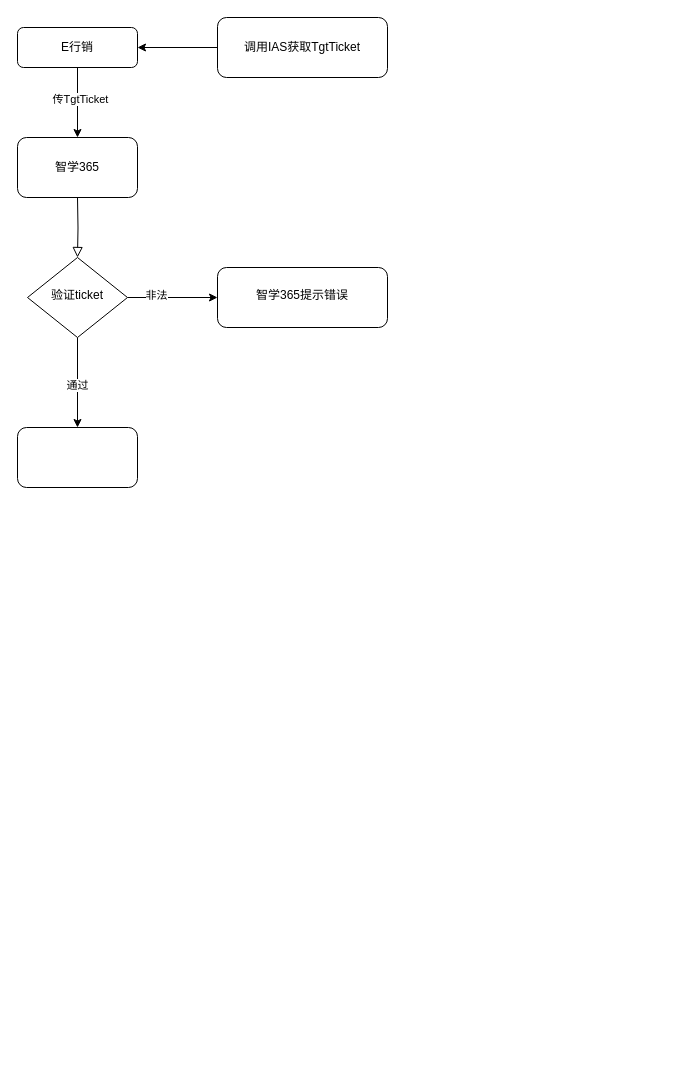
Before: e行销调用365流程.drawio in rainerpiao/cloud-computing, a draw.io diagram. Source tidied: cells renumbered, new cells numbered last; positions are measured from the earlier drawing's top-left corner, leaving out a move shared by most shapes. Both pictures are drawn from the tidied source at 100%, with x=0, y=0 at pixel (17, 17).
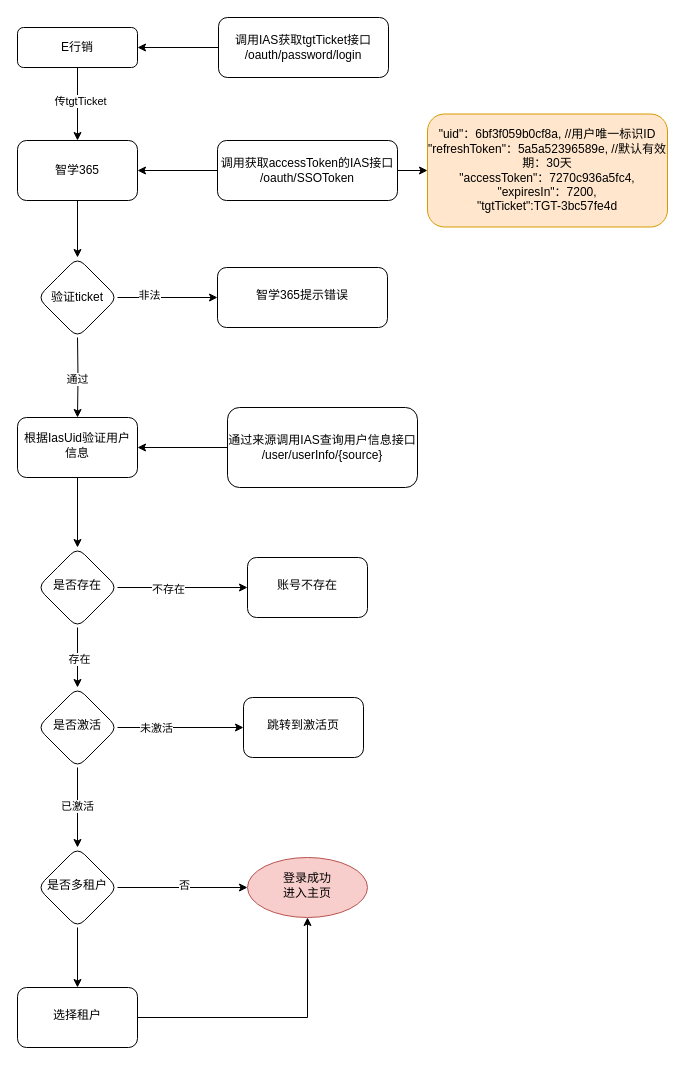
After the change.

Commit message:
更新e行销调用365流程.drawio

Unchanged cells that the change refers to:
```xml
<mxCell id="2" style="edgeStyle=orthogonalEdgeStyle;rounded=0;jettySize=auto;html=1;" parent="1" edge="1" source="4" target="13">
  <mxGeometry relative="1" as="geometry" />
</mxCell>
<mxCell id="14" value="智学365提示错误" style="rounded=1;whiteSpace=wrap;html=1;shadow=0;strokeWidth=1;spacing=6;spacingTop=-4;" parent="1" vertex="1">
  <mxGeometry x="200" y="250" width="170" height="60" as="geometry" />
</mxCell>
```

What changed in the source:
```diff
@@
-    <mxCell id="3" value="传TgtTicket" style="edgeLabel;html=1;align=center;verticalAlign=middle;" parent="2" vertex="1">
+    <mxCell id="3" value="传tgtTicket" style="edgeLabel;html=1;align=center;verticalAlign=middle;" parent="2" vertex="1">
       <mxGeometry x="-0.13" y="2" relative="1" as="geometry">
         <mxPoint y="1" as="offset" />
       </mxGeometry>
     </mxCell>
@@
-    <mxCell id="5" style="rounded=0;html=1;jettySize=auto;fontSize=11;endArrow=block;endFill=0;endSize=8;strokeWidth=1;shadow=0;labelBackgroundColor=none;edgeStyle=orthogonalEdgeStyle;" parent="1" edge="1" target="10">
-      <mxGeometry y="20" relative="1" as="geometry">
-        <mxPoint x="60" y="180" as="sourcePoint" />
-      </mxGeometry>
-    </mxCell>
-    <mxCell id="6" style="edgeStyle=orthogonalEdgeStyle;rounded=0;jettySize=auto;html=1;" parent="1" edge="1" source="10" target="14">
+    <mxCell id="6" style="edgeStyle=orthogonalEdgeStyle;rounded=0;jettySize=auto;html=1;exitX=1;exitY=0.5;exitDx=0;exitDy=0;" parent="1" edge="1" source="10" target="14">
       <mxGeometry relative="1" as="geometry" />
     </mxCell>
@@
-    <mxCell id="8" style="edgeStyle=orthogonalEdgeStyle;rounded=0;jettySize=auto;html=1;" parent="1" edge="1" source="10" target="15">
-      <mxGeometry relative="1" as="geometry" />
+    <mxCell id="8" style="edgeStyle=orthogonalEdgeStyle;rounded=0;jettySize=auto;html=1;" parent="1" edge="1" target="15">
+      <mxGeometry relative="1" as="geometry">
+        <mxPoint x="60" y="320" as="sourcePoint" />
+      </mxGeometry>
     </mxCell>
@@
-    <mxCell id="10" value="验证ticket" style="rhombus;whiteSpace=wrap;html=1;shadow=0;fontFamily=Helvetica;fontSize=12;align=center;strokeWidth=1;spacing=6;spacingTop=-4;" parent="1" vertex="1">
-      <mxGeometry x="10" y="240" width="100" height="80" as="geometry" />
-    </mxCell>
@@
-    <mxCell id="12" value="调用IAS获取TgtTicket" style="whiteSpace=wrap;html=1;rounded=1;glass=0;strokeWidth=1;shadow=0;" parent="1" vertex="1">
-      <mxGeometry x="200" width="170" height="60" as="geometry" />
+    <mxCell id="12" value="调用IAS获取tgtTicket接口&lt;br&gt;/oauth/password/login" style="whiteSpace=wrap;html=1;rounded=1;glass=0;strokeWidth=1;shadow=0;" parent="1" vertex="1">
+      <mxGeometry x="201" width="170" height="60" as="geometry" />
     </mxCell>
+    <mxCell id="16" style="edgeStyle=orthogonalEdgeStyle;rounded=0;jettySize=auto;html=1;" parent="1" edge="1" source="13" target="10">
+      <mxGeometry relative="1" as="geometry" />
+    </mxCell>
     <mxCell id="13" value="智学365" style="whiteSpace=wrap;html=1;rounded=1;glass=0;strokeWidth=1;shadow=0;" parent="1" vertex="1">
-      <mxGeometry y="120" width="120" height="60" as="geometry" />
+      <mxGeometry y="123" width="120" height="60" as="geometry" />
     </mxCell>
@@
+    <mxCell id="17" style="edgeStyle=orthogonalEdgeStyle;rounded=0;jettySize=auto;html=1;" parent="1" edge="1" source="15" target="28">
+      <mxGeometry relative="1" as="geometry" />
+    </mxCell>
-    <mxCell id="15" style="rounded=1;whiteSpace=wrap;html=1;shadow=0;strokeWidth=1;spacing=6;spacingTop=-4;" parent="1" vertex="1">
-      <mxGeometry y="410" width="120" height="60" as="geometry" />
+    <mxCell id="15" value="根据IasUid验证用户信息" style="rounded=1;whiteSpace=wrap;html=1;shadow=0;strokeWidth=1;spacing=6;spacingTop=-4;" parent="1" vertex="1">
+      <mxGeometry y="400" width="120" height="60" as="geometry" />
     </mxCell>
+    <mxCell id="18" style="edgeStyle=orthogonalEdgeStyle;rounded=0;jettySize=auto;html=1;" parent="1" edge="1" source="20" target="21">
+      <mxGeometry relative="1" as="geometry" />
+    </mxCell>
+    <mxCell id="19" style="edgeStyle=orthogonalEdgeStyle;rounded=0;jettySize=auto;html=1;" parent="1" edge="1" source="20" target="13">
+      <mxGeometry relative="1" as="geometry" />
+    </mxCell>
+    <mxCell id="20" value="调用获取accessToken的IAS接口&lt;br&gt;/oauth/SSOToken" style="whiteSpace=wrap;html=1;rounded=1;glass=0;strokeWidth=1;shadow=0;" parent="1" vertex="1">
+      <mxGeometry x="200" y="123" width="180" height="60" as="geometry" />
+    </mxCell>
+    <mxCell id="21" value="&lt;div&gt;&quot;uid&quot;：6bf3f059b0cf8a, //用户唯一标识ID&lt;/div&gt;&lt;div&gt;&quot;refreshToken&quot;：5a5a52396589e, //默认有效期：30天&lt;/div&gt;&lt;div&gt;&quot;accessToken&quot;：7270c936a5fc4,&lt;/div&gt;&lt;div&gt;&quot;expiresIn&quot;：7200,&lt;/div&gt;&lt;div&gt;&quot;tgtTicket&quot;:TGT-3bc57fe4d&lt;/div&gt;" style="whiteSpace=wrap;html=1;rounded=1;glass=0;strokeWidth=1;shadow=0;fillColor=#ffe6cc;strokeColor=#d79b00;" parent="1" vertex="1">
+      <mxGeometry x="410" y="96.5" width="240" height="113" as="geometry" />
+    </mxCell>
+    <mxCell id="22" style="edgeStyle=orthogonalEdgeStyle;rounded=0;jettySize=auto;html=1;" parent="1" edge="1" source="23" target="15">
+      <mxGeometry relative="1" as="geometry" />
+    </mxCell>
+    <mxCell id="23" value="通过来源调用IAS查询用户信息接口&lt;br&gt;/user/userInfo/{source}" style="rounded=1;whiteSpace=wrap;html=1;" parent="1" vertex="1">
+      <mxGeometry x="210" y="390" width="190" height="80" as="geometry" />
+    </mxCell>
+    <mxCell id="24" style="edgeStyle=orthogonalEdgeStyle;rounded=0;jettySize=auto;html=1;" parent="1" edge="1" source="28" target="29">
+      <mxGeometry relative="1" as="geometry" />
+    </mxCell>
+    <mxCell id="25" value="不存在" style="edgeLabel;html=1;align=center;verticalAlign=middle;" parent="24" vertex="1">
+      <mxGeometry x="-0.23" relative="1" as="geometry">
+        <mxPoint y="1" as="offset" />
+      </mxGeometry>
+    </mxCell>
+    <mxCell id="26" style="edgeStyle=orthogonalEdgeStyle;rounded=0;jettySize=auto;html=1;" parent="1" edge="1" source="28" target="34">
+      <mxGeometry relative="1" as="geometry" />
+    </mxCell>
+    <mxCell id="27" value="存在" style="edgeLabel;html=1;align=center;verticalAlign=middle;" parent="26" vertex="1">
+      <mxGeometry x="0.02" y="1" relative="1" as="geometry" />
+    </mxCell>
+    <mxCell id="28" value="是否存在" style="rhombus;whiteSpace=wrap;html=1;rounded=1;shadow=0;strokeWidth=1;spacing=6;spacingTop=-4;" parent="1" vertex="1">
+      <mxGeometry x="20" y="530" width="80" height="80" as="geometry" />
+    </mxCell>
+    <mxCell id="29" value="账号不存在" style="whiteSpace=wrap;html=1;rounded=1;shadow=0;strokeWidth=1;spacing=6;spacingTop=-4;" parent="1" vertex="1">
+      <mxGeometry x="230" y="540" width="120" height="60" as="geometry" />
+    </mxCell>
+    <mxCell id="30" style="edgeStyle=orthogonalEdgeStyle;rounded=0;jettySize=auto;html=1;" parent="1" edge="1" source="34" target="35">
+      <mxGeometry relative="1" as="geometry" />
+    </mxCell>
+    <mxCell id="31" value="未激活" style="edgeLabel;html=1;align=center;verticalAlign=middle;" parent="30" vertex="1">
+      <mxGeometry x="-0.4" y="1" relative="1" as="geometry">
+        <mxPoint y="1" as="offset" />
+      </mxGeometry>
+    </mxCell>
+    <mxCell id="32" style="edgeStyle=orthogonalEdgeStyle;rounded=0;jettySize=auto;html=1;" parent="1" edge="1" source="34" target="39">
+      <mxGeometry relative="1" as="geometry" />
+    </mxCell>
+    <mxCell id="33" value="已激活" style="edgeLabel;html=1;align=center;verticalAlign=middle;" parent="32" vertex="1">
+      <mxGeometry x="-0.04" y="-1" relative="1" as="geometry" />
+    </mxCell>
+    <mxCell id="34" value="是否激活" style="rhombus;whiteSpace=wrap;html=1;rounded=1;shadow=0;strokeWidth=1;spacing=6;spacingTop=-4;" parent="1" vertex="1">
+      <mxGeometry x="20" y="670" width="80" height="80" as="geometry" />
+    </mxCell>
+    <mxCell id="10" value="验证ticket" style="rhombus;whiteSpace=wrap;html=1;rounded=1;glass=0;strokeWidth=1;shadow=0;" parent="1" vertex="1">
+      <mxGeometry x="20" y="240" width="80" height="80" as="geometry" />
+    </mxCell>
+    <mxCell id="35" value="跳转到激活页" style="whiteSpace=wrap;html=1;rounded=1;shadow=0;strokeWidth=1;spacing=6;spacingTop=-4;" parent="1" vertex="1">
+      <mxGeometry x="226" y="680" width="120" height="60" as="geometry" />
+    </mxCell>
+    <mxCell id="36" style="edgeStyle=orthogonalEdgeStyle;rounded=0;jettySize=auto;html=1;" parent="1" edge="1" source="39" target="40">
+      <mxGeometry relative="1" as="geometry" />
+    </mxCell>
+    <mxCell id="37" value="否" style="edgeLabel;html=1;align=center;verticalAlign=middle;" parent="36" vertex="1">
+      <mxGeometry x="0.02" y="4" relative="1" as="geometry">
+        <mxPoint y="1" as="offset" />
+      </mxGeometry>
+    </mxCell>
+    <mxCell id="38" style="edgeStyle=orthogonalEdgeStyle;rounded=0;jettySize=auto;html=1;" parent="1" edge="1" source="39" target="42">
+      <mxGeometry relative="1" as="geometry" />
+    </mxCell>
+    <mxCell id="39" value="是否多租户" style="rhombus;whiteSpace=wrap;html=1;rounded=1;shadow=0;strokeWidth=1;spacing=6;spacingTop=-4;" parent="1" vertex="1">
+      <mxGeometry x="20" y="830" width="80" height="80" as="geometry" />
+    </mxCell>
+    <mxCell id="40" value="登录成功&lt;br&gt;进入主页" style="ellipse;whiteSpace=wrap;html=1;rounded=1;shadow=0;strokeWidth=1;spacing=6;spacingTop=-4;fillColor=#f8cecc;strokeColor=#b85450;" parent="1" vertex="1">
+      <mxGeometry x="230" y="840" width="120" height="60" as="geometry" />
+    </mxCell>
+    <mxCell id="41" style="edgeStyle=orthogonalEdgeStyle;rounded=0;jettySize=auto;html=1;" parent="1" edge="1" source="42" target="40">
+      <mxGeometry relative="1" as="geometry" />
+    </mxCell>
+    <mxCell id="42" value="选择租户" style="whiteSpace=wrap;html=1;rounded=1;shadow=0;strokeWidth=1;spacing=6;spacingTop=-4;" parent="1" vertex="1">
+      <mxGeometry y="970" width="120" height="60" as="geometry" />
+    </mxCell>
```
